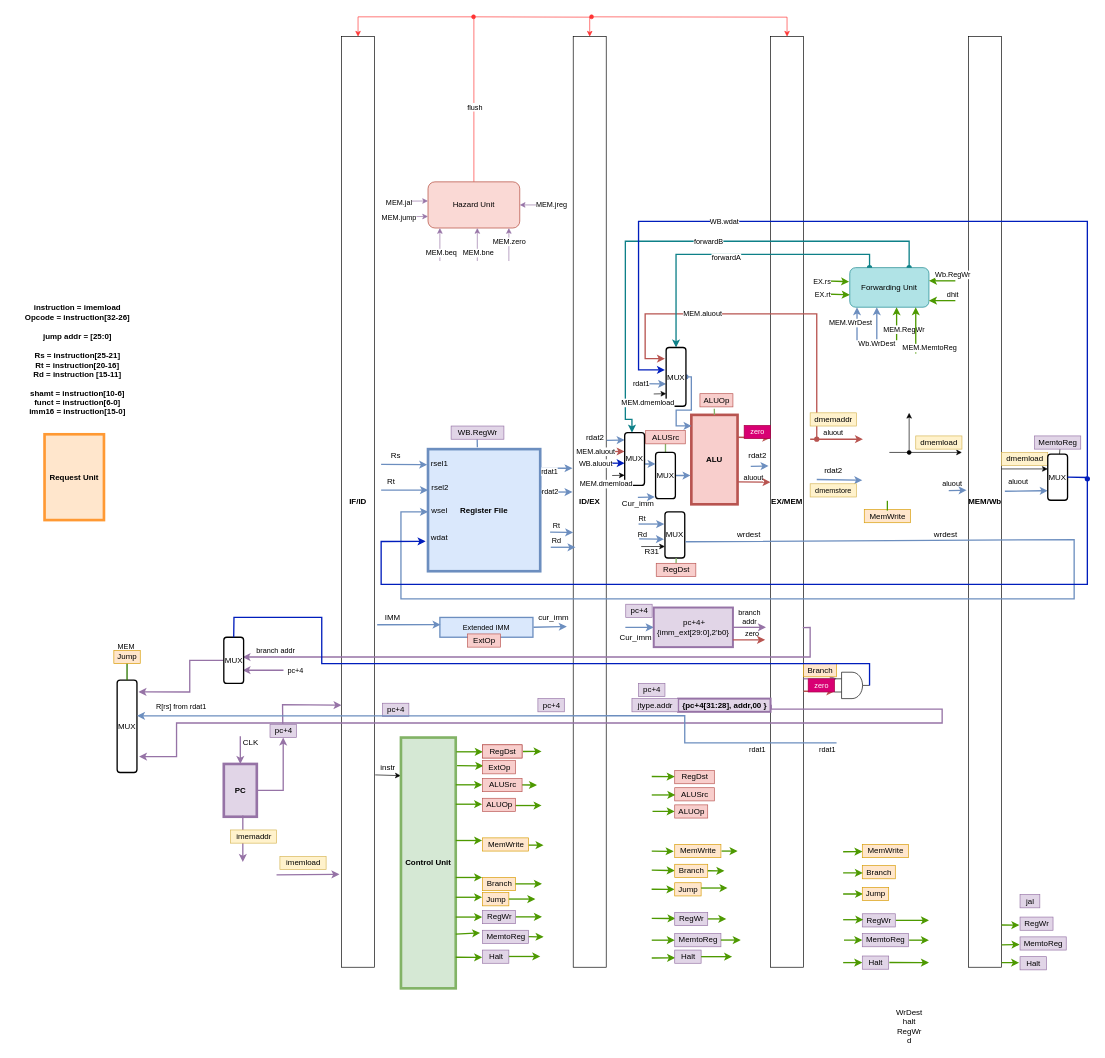
Before: pipeline.drawio in vickyfyq/ece437, a draw.io diagram. Source tidied: cells renumbered, new cells numbered last; positions are measured from the earlier drawing's top-left corner, leaving out a move shared by most shapes. Both pictures are drawn from the tidied source at 66%, with x=0, y=0 at pixel (11, 16).
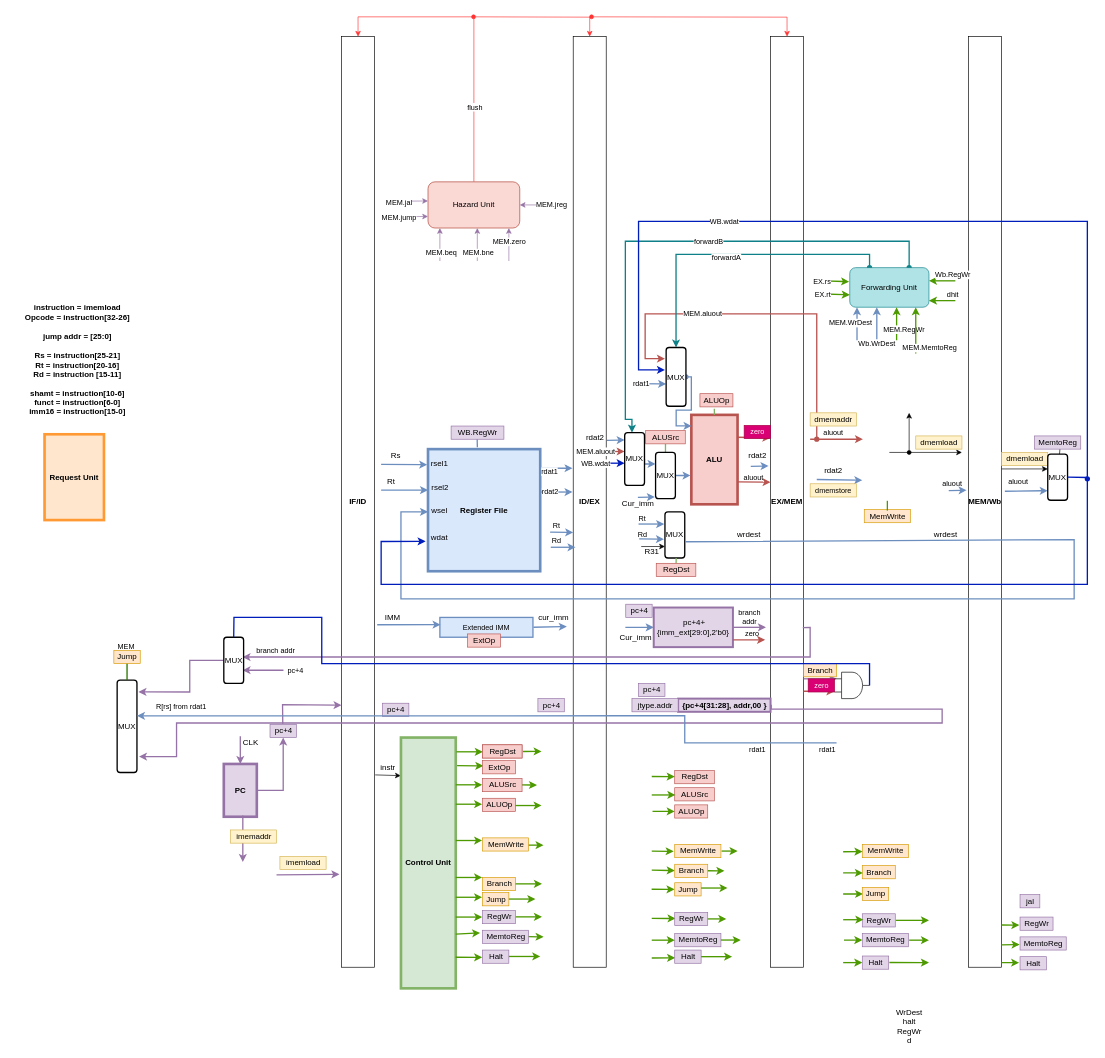
The same page after the edit.

Unchanged cells that the change refers to:
```xml
<mxCell id="225" style="endArrow=classic;html=1;rounded=0;strokeColor=#001DBC;strokeWidth=2;entryX=0;entryY=0.5;entryDx=0;entryDy=0;" parent="1" edge="1">
  <mxGeometry relative="1" as="geometry">
    <mxPoint x="893.2" y="676.3" as="sourcePoint" />
    <mxPoint x="929" y="676.3" as="targetPoint" />
  </mxGeometry>
</mxCell>
```

Change to the diagram source:
```diff
@@
-    <mxCell id="226" value="WB.aluout" style="edgeLabel;html=1;align=center;verticalAlign=middle;" parent="225" vertex="1">
+    <mxCell id="226" value="WB.wdat" style="edgeLabel;html=1;align=center;verticalAlign=middle;" parent="225" vertex="1">
       <mxGeometry x="-0.5" y="-1" relative="1" as="geometry">
         <mxPoint x="-18" y="-1" as="offset" />
       </mxGeometry>
     </mxCell>
@@
-    <mxCell id="254" style="endArrow=classic;html=1;rounded=0;" parent="1" edge="1">
-      <mxGeometry relative="1" as="geometry">
-        <mxPoint x="910" y="695" as="sourcePoint" />
-        <mxPoint x="929" y="694.6" as="targetPoint" />
-      </mxGeometry>
-    </mxCell>
-    <mxCell id="255" value="MEM.dmemload" style="edgeLabel;html=1;align=center;verticalAlign=middle;" parent="254" vertex="1">
-      <mxGeometry x="-0.32" relative="1" as="geometry">
-        <mxPoint x="-15" y="13" as="offset" />
-      </mxGeometry>
-    </mxCell>
-    <mxCell id="256" style="endArrow=classic;html=1;rounded=0;" parent="1" edge="1">
-      <mxGeometry relative="1" as="geometry">
-        <mxPoint x="973" y="571.4" as="sourcePoint" />
-        <mxPoint x="992" y="571" as="targetPoint" />
-      </mxGeometry>
-    </mxCell>
-    <mxCell id="257" value="MEM.dmemload" style="edgeLabel;html=1;align=center;verticalAlign=middle;" parent="256" vertex="1">
-      <mxGeometry x="-0.32" relative="1" as="geometry">
-        <mxPoint x="-15" y="13" as="offset" />
-      </mxGeometry>
-    </mxCell>
```
